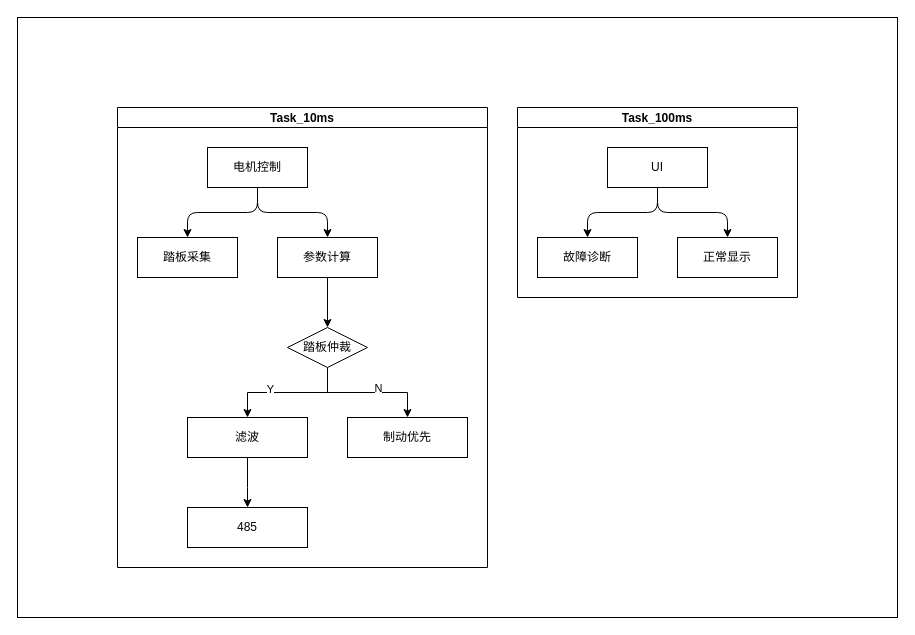
oldboy-pen/pen keeps this draw.io diagram as V23.drawio. Above is the earlier version. Source tidied: cells renumbered, new cells numbered last; positions are measured from the earlier drawing's top-left corner, leaving out a move shared by most shapes. Both pictures are drawn from the tidied source at 100%, with x=0, y=0 at pixel (17, 17).
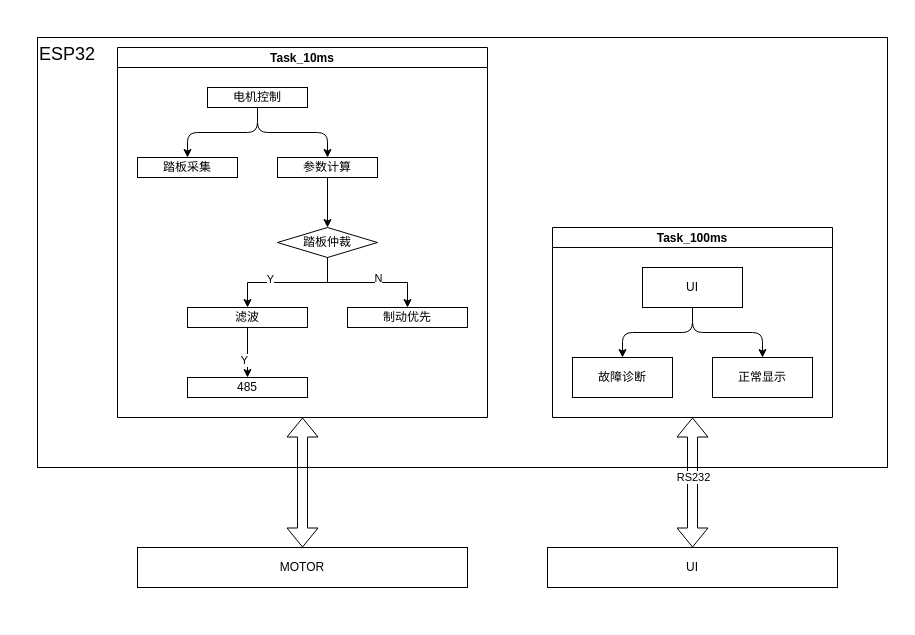
After the change.

What changed in the source:
```diff
@@
-    <mxCell id="2" style="rounded=0;whiteSpace=wrap;html=1;align=center;" parent="1" vertex="1">
-      <mxGeometry width="880" height="600" as="geometry" />
+    <mxCell id="2" value="ESP32" style="rounded=0;whiteSpace=wrap;html=1;align=left;horizontal=1;verticalAlign=top;fontSize=18;" parent="1" vertex="1">
+      <mxGeometry x="20" y="20" width="850" height="430" as="geometry" />
     </mxCell>
     <mxCell id="3" value="Task_10ms" style="swimlane;startSize=20;horizontal=1;horizontalTree=0;containerType=tree;fontSize=12;" parent="1" vertex="1">
-      <mxGeometry x="100" y="90" width="370" height="460" as="geometry" />
+      <mxGeometry x="100" y="30" width="370" height="370" as="geometry" />
     </mxCell>
     <mxCell id="4" value="电机控制" style="whiteSpace=wrap;html=1;" parent="3" vertex="1">
-      <mxGeometry x="90" y="40" width="100" height="40" as="geometry" />
+      <mxGeometry x="90" y="40" width="100" height="20" as="geometry" />
     </mxCell>
     <mxCell id="5" value="踏板采集" style="whiteSpace=wrap;html=1;" parent="3" vertex="1">
-      <mxGeometry x="20" y="130" width="100" height="40" as="geometry" />
+      <mxGeometry x="20" y="110" width="100" height="20" as="geometry" />
     </mxCell>
@@
     <mxCell id="8" value="参数计算" style="whiteSpace=wrap;html=1;" parent="3" vertex="1">
-      <mxGeometry x="160" y="130" width="100" height="40" as="geometry" />
+      <mxGeometry x="160" y="110" width="100" height="20" as="geometry" />
     </mxCell>
@@
     <mxCell id="12" value="踏板仲裁" style="rhombus;whiteSpace=wrap;html=1;" parent="3" vertex="1">
-      <mxGeometry x="170" y="220" width="80" height="40" as="geometry" />
+      <mxGeometry x="160" y="180" width="100" height="30" as="geometry" />
     </mxCell>
-    <mxCell id="13" style="edgeStyle=orthogonalEdgeStyle;rounded=0;jettySize=auto;html=1;exitX=0.5;exitY=1;exitDx=0;exitDy=0;entryX=0.5;entryY=0;entryDx=0;entryDy=0;" parent="3" edge="1" source="14" target="15">
-      <mxGeometry relative="1" as="geometry">
-        <Array as="points">
-          <mxPoint x="130" y="380" />
-          <mxPoint x="130" y="380" />
-        </Array>
-      </mxGeometry>
-    </mxCell>
     <mxCell id="14" value="滤波" style="whiteSpace=wrap;html=1;" parent="3" vertex="1">
-      <mxGeometry x="70" y="310" width="120" height="40" as="geometry" />
+      <mxGeometry x="70" y="260" width="120" height="20" as="geometry" />
     </mxCell>
-    <mxCell id="15" value="485" style="whiteSpace=wrap;html=1;" parent="3" vertex="1">
-      <mxGeometry x="70" y="400" width="120" height="40" as="geometry" />
-    </mxCell>
@@
     <mxCell id="18" value="制动优先" style="whiteSpace=wrap;html=1;" parent="3" vertex="1">
-      <mxGeometry x="230" y="310" width="120" height="40" as="geometry" />
+      <mxGeometry x="230" y="260" width="120" height="20" as="geometry" />
     </mxCell>
+    <mxCell id="13" style="edgeStyle=orthogonalEdgeStyle;rounded=0;jettySize=auto;html=1;" parent="3" edge="1" source="14" target="15">
+      <mxGeometry relative="1" as="geometry" />
+    </mxCell>
+    <mxCell id="25" value="Y" style="edgeLabel;html=1;align=center;verticalAlign=middle;" parent="13" vertex="1">
+      <mxGeometry x="0.28" y="-4" relative="1" as="geometry" />
+    </mxCell>
+    <mxCell id="15" value="485" style="whiteSpace=wrap;html=1;" parent="3" vertex="1">
+      <mxGeometry x="70" y="330" width="120" height="20" as="geometry" />
+    </mxCell>
     <mxCell id="19" value="Task_100ms" style="swimlane;startSize=20;horizontal=1;horizontalTree=0;containerType=tree;fontSize=12;" parent="1" vertex="1">
-      <mxGeometry x="500" y="90" width="280" height="190" as="geometry" />
+      <mxGeometry x="535" y="210" width="280" height="190" as="geometry" />
     </mxCell>
@@
+    <mxCell id="26" value="MOTOR" style="rounded=0;whiteSpace=wrap;html=1;" parent="1" vertex="1">
+      <mxGeometry x="120" y="530" width="330" height="40" as="geometry" />
+    </mxCell>
+    <mxCell id="27" value="UI" style="rounded=0;whiteSpace=wrap;html=1;" parent="1" vertex="1">
+      <mxGeometry x="530" y="530" width="290" height="40" as="geometry" />
+    </mxCell>
+    <mxCell id="28" style="shape=flexArrow;endArrow=classic;startArrow=classic;html=1;rounded=0;entryX=0.5;entryY=1;entryDx=0;entryDy=0;exitX=0.5;exitY=0;exitDx=0;exitDy=0;" parent="1" edge="1" source="27" target="19">
+      <mxGeometry relative="1" as="geometry" />
+    </mxCell>
+    <mxCell id="29" value="RS232" style="edgeLabel;html=1;align=center;verticalAlign=middle;" parent="28" vertex="1">
+      <mxGeometry x="0.11" relative="1" as="geometry">
+        <mxPoint y="1" as="offset" />
+      </mxGeometry>
+    </mxCell>
+    <mxCell id="30" style="shape=flexArrow;endArrow=classic;startArrow=classic;html=1;rounded=0;entryX=0.5;entryY=0;entryDx=0;entryDy=0;exitX=0.5;exitY=1;exitDx=0;exitDy=0;" parent="1" edge="1" source="3" target="26">
+      <mxGeometry relative="1" as="geometry" />
+    </mxCell>
```
